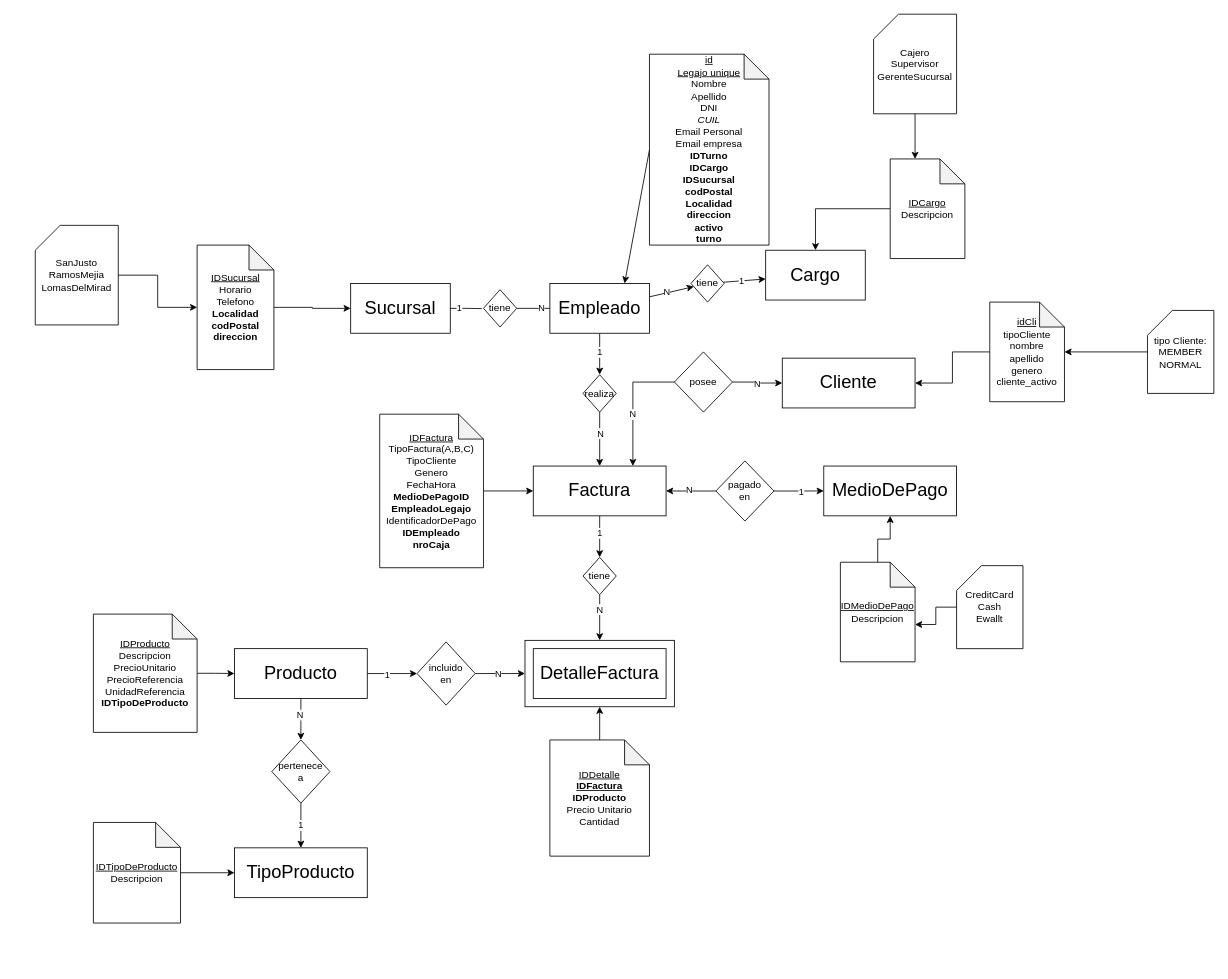
Before: page "Page-1" (1 of 3) of DER/DER_TP.drawio in Omar-Monges/proyecto_aurora, a draw.io diagram. Source tidied: cells renumbered, new cells numbered last; positions are measured from the earlier drawing's top-left corner, leaving out a move shared by most shapes. Both pictures are drawn from the tidied source at 83%, with x=0, y=0 at pixel (35, 14).
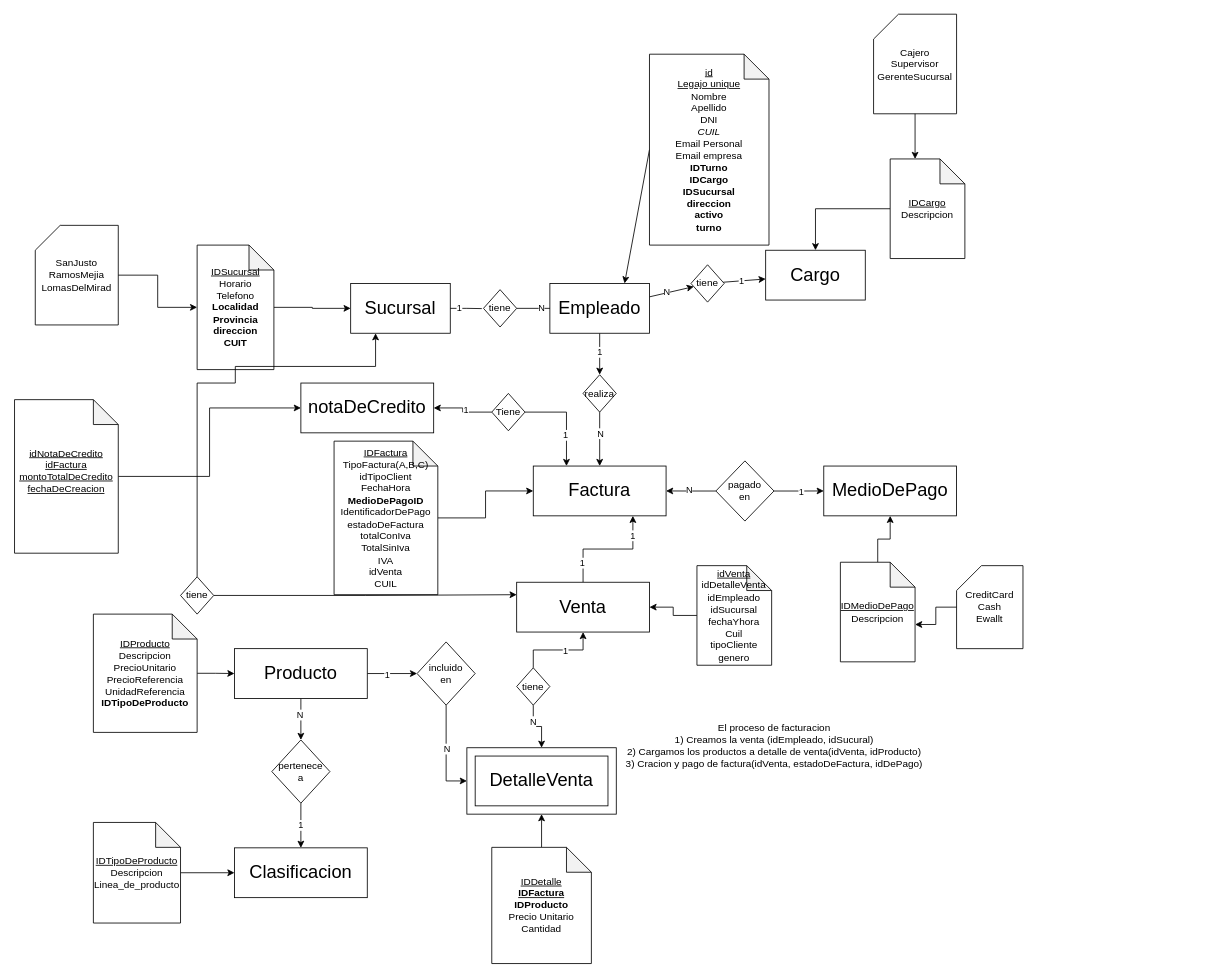
The same page after the edit.

The change refers to these unchanged cells:
```xml
<mxCell id="3" value="Sucursal" style="rounded=0;whiteSpace=wrap;html=1;fontSize=22;" parent="1" vertex="1">
  <mxGeometry x="380" y="324" width="120" height="60" as="geometry" />
</mxCell>
<mxCell id="24" value="Factura" style="rounded=0;whiteSpace=wrap;html=1;fontSize=22;" parent="1" vertex="1">
  <mxGeometry x="600" y="544" width="160" height="60" as="geometry" />
</mxCell>
```

Change to the diagram source:
```diff
@@
     <mxCell id="2" style="rounded=0;whiteSpace=wrap;html=1;fontSize=22;" parent="1" vertex="1">
-      <mxGeometry x="590" y="754" width="180" height="80" as="geometry" />
+      <mxGeometry x="520" y="883.4" width="180" height="80" as="geometry" />
     </mxCell>
@@
-    <mxCell id="15" value="&lt;div&gt;&lt;u&gt;id&lt;/u&gt;&lt;/div&gt;&lt;u&gt;Legajo unique&lt;/u&gt;&lt;div&gt;Nombre&lt;/div&gt;&lt;div&gt;Apellido&lt;/div&gt;&lt;div&gt;DNI&lt;/div&gt;&lt;div&gt;&lt;i&gt;CUIL&lt;/i&gt;&lt;/div&gt;&lt;div&gt;Email Personal&lt;/div&gt;&lt;div&gt;Email empresa&lt;/div&gt;&lt;div&gt;&lt;b style=&quot;background-color: initial;&quot;&gt;IDTurno&lt;/b&gt;&lt;/div&gt;&lt;div&gt;&lt;b&gt;IDCargo&lt;/b&gt;&lt;/div&gt;&lt;div&gt;&lt;b&gt;IDSucursal&lt;/b&gt;&lt;/div&gt;&lt;div&gt;&lt;b&gt;codPostal&lt;/b&gt;&lt;/div&gt;&lt;div&gt;&lt;b&gt;Localidad&lt;/b&gt;&lt;/div&gt;&lt;div&gt;&lt;b&gt;direccion&lt;/b&gt;&lt;/div&gt;&lt;div&gt;&lt;b&gt;activo&lt;/b&gt;&lt;/div&gt;&lt;div&gt;&lt;b&gt;turno&lt;/b&gt;&lt;/div&gt;" style="shape=note;whiteSpace=wrap;html=1;backgroundOutline=1;darkOpacity=0.05;" parent="1" vertex="1">
+    <mxCell id="15" value="&lt;div&gt;&lt;u&gt;id&lt;/u&gt;&lt;/div&gt;&lt;u&gt;Legajo unique&lt;/u&gt;&lt;div&gt;Nombre&lt;/div&gt;&lt;div&gt;Apellido&lt;/div&gt;&lt;div&gt;DNI&lt;/div&gt;&lt;div&gt;&lt;i&gt;CUIL&lt;/i&gt;&lt;/div&gt;&lt;div&gt;Email Personal&lt;/div&gt;&lt;div&gt;Email empresa&lt;/div&gt;&lt;div&gt;&lt;b style=&quot;background-color: initial;&quot;&gt;IDTurno&lt;/b&gt;&lt;/div&gt;&lt;div&gt;&lt;b&gt;IDCargo&lt;/b&gt;&lt;/div&gt;&lt;div&gt;&lt;b&gt;IDSucursal&lt;/b&gt;&lt;/div&gt;&lt;div&gt;&lt;b&gt;direccion&lt;/b&gt;&lt;/div&gt;&lt;div&gt;&lt;b&gt;activo&lt;/b&gt;&lt;/div&gt;&lt;div&gt;&lt;b&gt;turno&lt;/b&gt;&lt;/div&gt;" style="shape=note;whiteSpace=wrap;html=1;backgroundOutline=1;darkOpacity=0.05;" parent="1" vertex="1">
       <mxGeometry x="740" y="47.8" width="144" height="230" as="geometry" />
     </mxCell>
@@
-    <mxCell id="22" style="edgeStyle=orthogonalEdgeStyle;rounded=0;jettySize=auto;html=1;entryX=0.5;entryY=0;entryDx=0;entryDy=0;" parent="1" edge="1" source="24" target="28">
-      <mxGeometry relative="1" as="geometry" />
-    </mxCell>
-    <mxCell id="23" value="1" style="edgeLabel;html=1;align=center;verticalAlign=middle;" parent="22" vertex="1">
-      <mxGeometry x="-0.21" y="-1" relative="1" as="geometry" />
-    </mxCell>
@@
-    <mxCell id="25" value="DetalleFactura" style="rounded=0;whiteSpace=wrap;html=1;fontSize=22;" parent="1" vertex="1">
-      <mxGeometry x="600" y="764" width="160" height="60" as="geometry" />
+    <mxCell id="25" value="DetalleVenta" style="rounded=0;whiteSpace=wrap;html=1;fontSize=22;" parent="1" vertex="1">
+      <mxGeometry x="530" y="893.4" width="160" height="60" as="geometry" />
     </mxCell>
@@
+    <mxCell id="83" style="edgeStyle=orthogonalEdgeStyle;rounded=0;jettySize=auto;html=1;entryX=0.5;entryY=1;entryDx=0;entryDy=0;" parent="1" edge="1" source="28" target="93">
+      <mxGeometry relative="1" as="geometry" />
+    </mxCell>
     <mxCell id="28" value="tiene" style="rhombus;whiteSpace=wrap;html=1;" parent="1" vertex="1">
-      <mxGeometry x="660" y="654" width="40" height="45" as="geometry" />
+      <mxGeometry x="580" y="787.1" width="40" height="45" as="geometry" />
     </mxCell>
@@
-    <mxCell id="46" value="&lt;u&gt;IDFactura&lt;/u&gt;&lt;div&gt;TipoFactura(A,B,C)&lt;/div&gt;&lt;div&gt;TipoCliente&lt;/div&gt;&lt;div&gt;Genero&lt;/div&gt;&lt;div&gt;FechaHora&lt;/div&gt;&lt;div&gt;&lt;b&gt;MedioDePagoID&lt;/b&gt;&lt;/div&gt;&lt;div&gt;&lt;b&gt;EmpleadoLegajo&lt;/b&gt;&lt;/div&gt;&lt;div&gt;IdentificadorDePago&lt;/div&gt;&lt;div&gt;&lt;b&gt;IDEmpleado&lt;/b&gt;&lt;/div&gt;&lt;div&gt;&lt;b&gt;nroCaja&lt;/b&gt;&lt;/div&gt;" style="shape=note;whiteSpace=wrap;html=1;backgroundOutline=1;darkOpacity=0.05;" parent="1" vertex="1">
-      <mxGeometry x="415" y="481.5" width="125" height="185" as="geometry" />
+    <mxCell id="46" value="&lt;u&gt;IDFactura&lt;/u&gt;&lt;div&gt;TipoFactura(A,B,C)&lt;/div&gt;&lt;div&gt;idTipoClient&lt;/div&gt;&lt;div&gt;FechaHora&lt;/div&gt;&lt;div&gt;&lt;b&gt;MedioDePagoID&lt;/b&gt;&lt;/div&gt;&lt;div&gt;IdentificadorDePago&lt;/div&gt;&lt;div&gt;estadoDeFactura&lt;/div&gt;&lt;div&gt;totalConIva&lt;/div&gt;&lt;div&gt;TotalSinIva&lt;/div&gt;&lt;div&gt;IVA&lt;/div&gt;&lt;div&gt;idVenta&lt;/div&gt;&lt;div&gt;CUIL&lt;/div&gt;" style="shape=note;whiteSpace=wrap;html=1;backgroundOutline=1;darkOpacity=0.05;" parent="1" vertex="1">
+      <mxGeometry x="360" y="514" width="125" height="185" as="geometry" />
     </mxCell>
@@
     <mxCell id="48" value="&lt;u&gt;IDDetalle&lt;/u&gt;&lt;div&gt;&lt;u&gt;&lt;b&gt;IDFactura&lt;/b&gt;&lt;/u&gt;&lt;u&gt;&lt;br&gt;&lt;/u&gt;&lt;div&gt;&lt;b&gt;IDProducto&lt;/b&gt;&lt;/div&gt;&lt;/div&gt;&lt;div&gt;Precio Unitario&lt;/div&gt;&lt;div&gt;Cantidad&lt;/div&gt;" style="shape=note;whiteSpace=wrap;html=1;backgroundOutline=1;darkOpacity=0.05;" parent="1" vertex="1">
-      <mxGeometry x="620" y="874" width="120" height="140" as="geometry" />
+      <mxGeometry x="550" y="1003.4" width="120" height="140" as="geometry" />
     </mxCell>
@@
-    <mxCell id="57" value="TipoProducto" style="rounded=0;whiteSpace=wrap;html=1;fontSize=22;" parent="1" vertex="1">
+    <mxCell id="57" value="Clasificacion" style="rounded=0;whiteSpace=wrap;html=1;fontSize=22;" parent="1" vertex="1">
       <mxGeometry x="240" y="1004" width="160" height="60" as="geometry" />
     </mxCell>
@@
-    <mxCell id="64" value="&lt;u&gt;IDTipoDeProducto&lt;/u&gt;&lt;div&gt;Descripcion&lt;/div&gt;" style="shape=note;whiteSpace=wrap;html=1;backgroundOutline=1;darkOpacity=0.05;" parent="1" vertex="1">
+    <mxCell id="64" value="&lt;u&gt;IDTipoDeProducto&lt;/u&gt;&lt;div&gt;Descripcion&lt;/div&gt;&lt;div&gt;Linea_de_producto&lt;/div&gt;" style="shape=note;whiteSpace=wrap;html=1;backgroundOutline=1;darkOpacity=0.05;" parent="1" vertex="1">
       <mxGeometry x="70" y="973.4" width="105" height="121.2" as="geometry" />
     </mxCell>
@@
-    <mxCell id="71" value="&lt;u&gt;IDSucursal&lt;/u&gt;&lt;div&gt;Horario&lt;/div&gt;&lt;div&gt;Telefono&lt;/div&gt;&lt;div&gt;&lt;span style=&quot;background-color: initial;&quot;&gt;&lt;b&gt;Localidad&lt;/b&gt;&lt;/span&gt;&lt;/div&gt;&lt;div&gt;&lt;span style=&quot;background-color: initial;&quot;&gt;&lt;b&gt;codPostal&lt;/b&gt;&lt;/span&gt;&lt;/div&gt;&lt;div&gt;&lt;span style=&quot;background-color: initial;&quot;&gt;&lt;b&gt;direccion&lt;/b&gt;&lt;/span&gt;&lt;/div&gt;" style="shape=note;whiteSpace=wrap;html=1;backgroundOutline=1;darkOpacity=0.05;" parent="1" vertex="1">
+    <mxCell id="71" value="&lt;u&gt;IDSucursal&lt;/u&gt;&lt;div&gt;Horario&lt;/div&gt;&lt;div&gt;Telefono&lt;/div&gt;&lt;div&gt;&lt;span style=&quot;background-color: initial;&quot;&gt;&lt;b&gt;Localidad&lt;/b&gt;&lt;/span&gt;&lt;/div&gt;&lt;div&gt;&lt;span style=&quot;background-color: initial;&quot;&gt;&lt;b&gt;Provincia&lt;/b&gt;&lt;/span&gt;&lt;/div&gt;&lt;div&gt;&lt;span style=&quot;background-color: initial;&quot;&gt;&lt;b&gt;direccion&lt;/b&gt;&lt;/span&gt;&lt;/div&gt;&lt;div&gt;&lt;b&gt;CUIT&lt;/b&gt;&lt;/div&gt;" style="shape=note;whiteSpace=wrap;html=1;backgroundOutline=1;darkOpacity=0.05;" parent="1" vertex="1">
       <mxGeometry x="195" y="277.8" width="92.5" height="150" as="geometry" />
     </mxCell>
@@
-    <mxCell id="73" value="Cliente" style="rounded=0;whiteSpace=wrap;html=1;fontSize=22;" parent="1" vertex="1">
-      <mxGeometry x="900" y="414" width="160" height="60" as="geometry" />
-    </mxCell>
-    <mxCell id="74" style="edgeStyle=orthogonalEdgeStyle;rounded=0;jettySize=auto;html=1;" parent="1" edge="1" source="75" target="73">
-      <mxGeometry relative="1" as="geometry" />
-    </mxCell>
-    <mxCell id="75" value="&lt;u&gt;idCli&lt;/u&gt;&lt;div&gt;tipoCliente&lt;/div&gt;&lt;div&gt;nombre&lt;/div&gt;&lt;div&gt;apellido&lt;/div&gt;&lt;div&gt;genero&lt;/div&gt;&lt;div&gt;cliente_activo&lt;/div&gt;" style="shape=note;whiteSpace=wrap;html=1;backgroundOutline=1;darkOpacity=0.05;" parent="1" vertex="1">
-      <mxGeometry x="1150" y="346.5" width="90" height="120" as="geometry" />
-    </mxCell>
-    <mxCell id="76" style="edgeStyle=orthogonalEdgeStyle;rounded=0;jettySize=auto;html=1;" parent="1" edge="1" source="78" target="73">
-      <mxGeometry relative="1" as="geometry" />
-    </mxCell>
-    <mxCell id="77" style="edgeStyle=orthogonalEdgeStyle;rounded=0;jettySize=auto;html=1;entryX=0.75;entryY=0;entryDx=0;entryDy=0;" parent="1" edge="1" source="78" target="24">
-      <mxGeometry relative="1" as="geometry" />
-    </mxCell>
-    <mxCell id="78" value="posee" style="rhombus;whiteSpace=wrap;html=1;" parent="1" vertex="1">
-      <mxGeometry x="770" y="406.5" width="70" height="72.5" as="geometry" />
-    </mxCell>
-    <mxCell id="79" value="N" style="edgeLabel;html=1;align=center;verticalAlign=middle;" parent="1" vertex="1">
-      <mxGeometry x="797.2" y="582" as="geometry">
-        <mxPoint x="-78" y="-101" as="offset" />
-      </mxGeometry>
-    </mxCell>
-    <mxCell id="80" value="N" style="edgeLabel;html=1;align=center;verticalAlign=middle;" parent="1" vertex="1">
-      <mxGeometry x="807.2" y="592" as="geometry">
-        <mxPoint x="62" y="-148" as="offset" />
-      </mxGeometry>
-    </mxCell>
-    <mxCell id="81" style="edgeStyle=orthogonalEdgeStyle;rounded=0;jettySize=auto;html=1;" parent="1" edge="1" source="82" target="75">
-      <mxGeometry relative="1" as="geometry" />
-    </mxCell>
-    <mxCell id="82" value="tipo Cliente:&lt;div&gt;MEMBER&lt;/div&gt;&lt;div&gt;NORMAL&lt;/div&gt;" style="shape=card;whiteSpace=wrap;html=1;" parent="1" vertex="1">
-      <mxGeometry x="1340" y="356.5" width="80" height="100" as="geometry" />
-    </mxCell>
+    <mxCell id="84" value="notaDeCredito" style="rounded=0;whiteSpace=wrap;html=1;fontSize=22;" parent="1" vertex="1">
+      <mxGeometry x="320" y="444" width="160" height="60" as="geometry" />
+    </mxCell>
+    <mxCell id="85" style="edgeStyle=orthogonalEdgeStyle;rounded=0;jettySize=auto;html=1;" parent="1" edge="1" source="86" target="84">
+      <mxGeometry relative="1" as="geometry" />
+    </mxCell>
+    <mxCell id="86" value="&lt;u&gt;idNotaDeCredito&lt;/u&gt;&lt;div&gt;&lt;u&gt;idFactura&lt;/u&gt;&lt;/div&gt;&lt;div&gt;&lt;u&gt;montoTotalDeCredito&lt;/u&gt;&lt;/div&gt;&lt;div&gt;&lt;u&gt;fechaDeCreacion&lt;/u&gt;&lt;/div&gt;&lt;div&gt;&lt;u&gt;&lt;br&gt;&lt;/u&gt;&lt;/div&gt;" style="shape=note;whiteSpace=wrap;html=1;backgroundOutline=1;darkOpacity=0.05;" parent="1" vertex="1">
+      <mxGeometry x="-25" y="464" width="125" height="185" as="geometry" />
+    </mxCell>
+    <mxCell id="87" style="edgeStyle=orthogonalEdgeStyle;rounded=0;jettySize=auto;html=1;entryX=0.25;entryY=0;entryDx=0;entryDy=0;" parent="1" edge="1" source="89" target="24">
+      <mxGeometry relative="1" as="geometry" />
+    </mxCell>
+    <mxCell id="88" style="edgeStyle=orthogonalEdgeStyle;rounded=0;jettySize=auto;html=1;" parent="1" edge="1" source="89" target="84">
+      <mxGeometry relative="1" as="geometry" />
+    </mxCell>
+    <mxCell id="89" value="Tiene" style="rhombus;whiteSpace=wrap;html=1;" parent="1" vertex="1">
+      <mxGeometry x="550" y="456.5" width="40" height="45" as="geometry" />
+    </mxCell>
+    <mxCell id="90" value="1" style="edgeLabel;html=1;align=center;verticalAlign=middle;" parent="1" vertex="1">
+      <mxGeometry x="690" y="514" as="geometry">
+        <mxPoint x="-52" y="-8" as="offset" />
+      </mxGeometry>
+    </mxCell>
+    <mxCell id="91" value="1" style="edgeLabel;html=1;align=center;verticalAlign=middle;" parent="1" vertex="1">
+      <mxGeometry x="570" y="484" as="geometry">
+        <mxPoint x="-52" y="-8" as="offset" />
+      </mxGeometry>
+    </mxCell>
+    <mxCell id="92" style="edgeStyle=orthogonalEdgeStyle;rounded=0;jettySize=auto;html=1;entryX=0.75;entryY=1;entryDx=0;entryDy=0;" parent="1" edge="1" source="93" target="24">
+      <mxGeometry relative="1" as="geometry" />
+    </mxCell>
+    <mxCell id="93" value="Venta" style="rounded=0;whiteSpace=wrap;html=1;fontSize=22;" parent="1" vertex="1">
+      <mxGeometry x="580" y="684" width="160" height="60" as="geometry" />
+    </mxCell>
+    <mxCell id="94" style="edgeStyle=orthogonalEdgeStyle;rounded=0;jettySize=auto;html=1;" parent="1" edge="1" source="95" target="93">
+      <mxGeometry relative="1" as="geometry" />
+    </mxCell>
+    <mxCell id="95" value="&lt;u&gt;idVenta&lt;/u&gt;&lt;br&gt;&lt;div&gt;idDetalleVenta&lt;/div&gt;&lt;div&gt;idEmpleado&lt;/div&gt;&lt;div&gt;idSucursal&lt;/div&gt;&lt;div&gt;fechaYhora&lt;/div&gt;&lt;div&gt;Cuil&lt;/div&gt;&lt;div&gt;tipoCliente&lt;/div&gt;&lt;div&gt;genero&lt;/div&gt;" style="shape=note;whiteSpace=wrap;html=1;backgroundOutline=1;darkOpacity=0.05;" parent="1" vertex="1">
+      <mxGeometry x="797.2" y="664" width="90" height="120" as="geometry" />
+    </mxCell>
+    <mxCell id="96" value="1" style="edgeLabel;html=1;align=center;verticalAlign=middle;" parent="1" vertex="1">
+      <mxGeometry x="609" y="861.3" as="geometry">
+        <mxPoint x="29" y="-95" as="offset" />
+      </mxGeometry>
+    </mxCell>
+    <mxCell id="97" value="1" style="edgeLabel;html=1;align=center;verticalAlign=middle;" parent="1" vertex="1">
+      <mxGeometry x="690" y="722.4" as="geometry">
+        <mxPoint x="29" y="-95" as="offset" />
+      </mxGeometry>
+    </mxCell>
+    <mxCell id="98" value="1" style="edgeLabel;html=1;align=center;verticalAlign=middle;" parent="1" vertex="1">
+      <mxGeometry x="629" y="755.9" as="geometry">
+        <mxPoint x="29" y="-95" as="offset" />
+      </mxGeometry>
+    </mxCell>
+    <mxCell id="99" style="edgeStyle=orthogonalEdgeStyle;rounded=0;jettySize=auto;html=1;entryX=0;entryY=0.25;entryDx=0;entryDy=0;" parent="1" edge="1" source="101" target="93">
+      <mxGeometry relative="1" as="geometry" />
+    </mxCell>
+    <mxCell id="100" style="edgeStyle=orthogonalEdgeStyle;rounded=0;jettySize=auto;html=1;entryX=0.25;entryY=1;entryDx=0;entryDy=0;" parent="1" edge="1" source="101" target="3">
+      <mxGeometry relative="1" as="geometry">
+        <Array as="points">
+          <mxPoint x="195" y="444" />
+          <mxPoint x="241" y="444" />
+          <mxPoint x="241" y="424" />
+          <mxPoint x="410" y="424" />
+        </Array>
+      </mxGeometry>
+    </mxCell>
+    <mxCell id="101" value="tiene" style="rhombus;whiteSpace=wrap;html=1;" parent="1" vertex="1">
+      <mxGeometry x="175" y="677.4" width="40" height="45" as="geometry" />
+    </mxCell>
+    <mxCell id="102" value="El proceso de facturacion&lt;div&gt;1) Creamos la venta (idEmpleado, idSucural)&lt;/div&gt;&lt;div&gt;2) Cargamos los productos a detalle de venta(idVenta, idProducto)&lt;/div&gt;&lt;div&gt;3) Cracion y pago de factura(idVenta, estadoDeFactura, idDePago)&lt;/div&gt;" style="text;html=1;align=center;verticalAlign=middle;strokeColor=none;fillColor=none;" parent="1" vertex="1">
+      <mxGeometry x="700" y="846.3" width="380" height="70" as="geometry" />
+    </mxCell>
```
